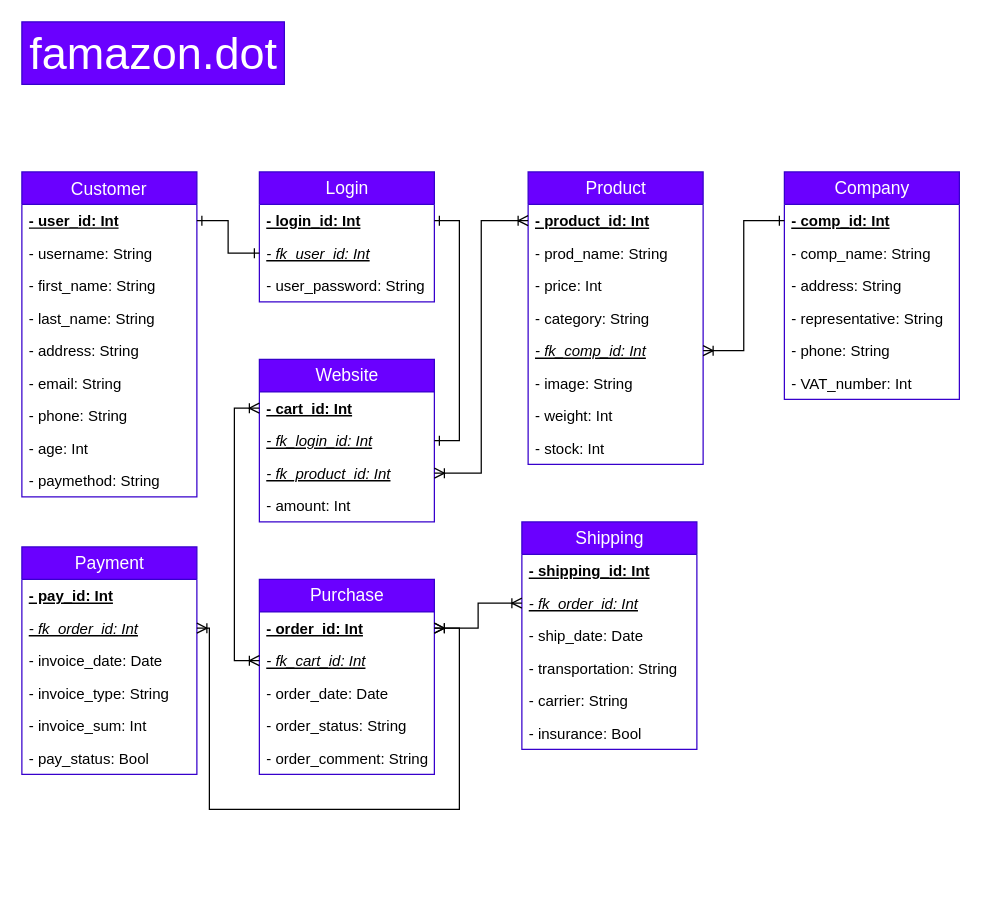
The draw.io diagram famazon_db_diagrams/step3_db_UML-diagram.drawio in Senimtra/CF-CodeReview-09, before the edit. Source tidied: cells renumbered, new cells numbered last; positions are measured from the earlier drawing's top-left corner, leaving out a move shared by most shapes. Both pictures are drawn from the tidied source at 125%, with x=0, y=0 at pixel (21, 21).
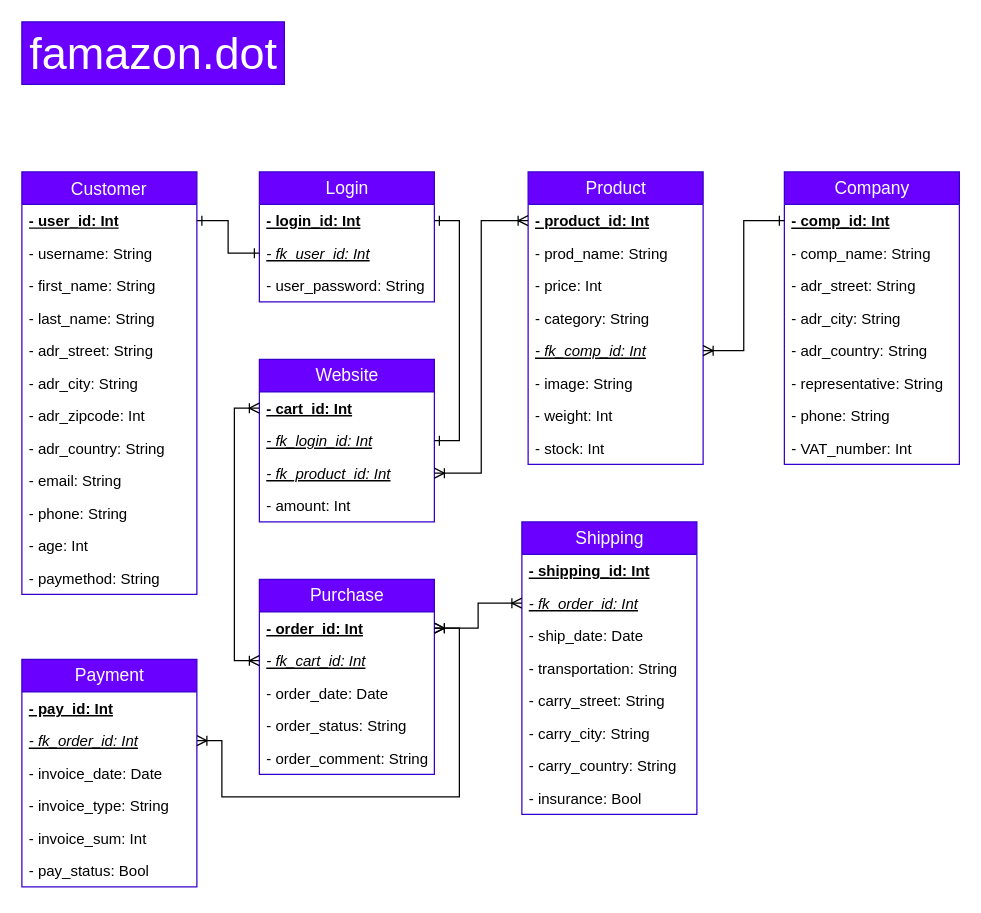
The same diagram, later.

Unchanged cells that the change refers to:
```xml
<mxCell id="43" value="- order_id: Int" style="text;strokeColor=none;fillColor=none;align=left;verticalAlign=top;spacingLeft=4;spacingRight=4;overflow=hidden;points=[[0,0.5],[1,0.5]];portConstraint=eastwest;fontStyle=5;" parent="42" vertex="1">
  <mxGeometry y="26" width="140" height="26" as="geometry" />
</mxCell>
<mxCell id="59" value="- fk_order_id: Int" style="text;strokeColor=none;fillColor=none;align=left;verticalAlign=top;spacingLeft=4;spacingRight=4;overflow=hidden;points=[[0,0.5],[1,0.5]];portConstraint=eastwest;fontStyle=6;" parent="57" vertex="1">
  <mxGeometry y="52" width="140" height="26" as="geometry" />
</mxCell>
```

Change to the diagram source:
```diff
@@
     <mxCell id="3" value="Customer" style="swimlane;fontStyle=0;horizontal=1;startSize=26;fillColor=#6a00ff;fontSize=14;strokeColor=#3700CC;fontColor=#ffffff;" parent="1" vertex="1">
-      <mxGeometry y="120" width="140" height="260" as="geometry" />
+      <mxGeometry y="120" width="140" height="338" as="geometry" />
     </mxCell>
@@
+    <mxCell id="65" value="- adr_street: String" style="text;strokeColor=none;fillColor=none;align=left;verticalAlign=top;spacingLeft=4;spacingRight=4;overflow=hidden;" parent="3" vertex="1">
+      <mxGeometry y="130" width="140" height="26" as="geometry" />
+    </mxCell>
+    <mxCell id="66" value="- adr_city: String" style="text;strokeColor=none;fillColor=none;align=left;verticalAlign=top;spacingLeft=4;spacingRight=4;overflow=hidden;" parent="3" vertex="1">
+      <mxGeometry y="156" width="140" height="26" as="geometry" />
+    </mxCell>
+    <mxCell id="67" value="- adr_zipcode: Int" style="text;strokeColor=none;fillColor=none;align=left;verticalAlign=top;spacingLeft=4;spacingRight=4;overflow=hidden;" parent="3" vertex="1">
+      <mxGeometry y="182" width="140" height="26" as="geometry" />
+    </mxCell>
-    <mxCell id="8" value="- address: String" style="text;strokeColor=none;fillColor=none;align=left;verticalAlign=top;spacingLeft=4;spacingRight=4;overflow=hidden;" parent="3" vertex="1">
-      <mxGeometry y="130" width="140" height="26" as="geometry" />
+    <mxCell id="8" value="- adr_country: String" style="text;strokeColor=none;fillColor=none;align=left;verticalAlign=top;spacingLeft=4;spacingRight=4;overflow=hidden;" parent="3" vertex="1">
+      <mxGeometry y="208" width="140" height="26" as="geometry" />
     </mxCell>
     <mxCell id="9" value="- email: String" style="text;strokeColor=none;fillColor=none;align=left;verticalAlign=top;spacingLeft=4;spacingRight=4;overflow=hidden;" parent="3" vertex="1">
-      <mxGeometry y="156" width="140" height="26" as="geometry" />
+      <mxGeometry y="234" width="140" height="26" as="geometry" />
     </mxCell>
     <mxCell id="10" value="- phone: String" style="text;strokeColor=none;fillColor=none;align=left;verticalAlign=top;spacingLeft=4;spacingRight=4;overflow=hidden;" parent="3" vertex="1">
-      <mxGeometry y="182" width="140" height="26" as="geometry" />
+      <mxGeometry y="260" width="140" height="26" as="geometry" />
     </mxCell>
     <mxCell id="11" value="- age: Int" style="text;strokeColor=none;fillColor=none;align=left;verticalAlign=top;spacingLeft=4;spacingRight=4;overflow=hidden;" parent="3" vertex="1">
-      <mxGeometry y="208" width="140" height="26" as="geometry" />
+      <mxGeometry y="286" width="140" height="26" as="geometry" />
     </mxCell>
     <mxCell id="12" value="- paymethod: String" style="text;strokeColor=none;fillColor=none;align=left;verticalAlign=top;spacingLeft=4;spacingRight=4;overflow=hidden;" parent="3" vertex="1">
-      <mxGeometry y="234" width="140" height="26" as="geometry" />
+      <mxGeometry y="312" width="140" height="26" as="geometry" />
     </mxCell>
@@
     <mxCell id="26" value="Company" style="swimlane;fontStyle=0;horizontal=1;startSize=26;fillColor=#6a00ff;strokeColor=#3700CC;fontSize=14;html=1;fontColor=#ffffff;" parent="1" vertex="1">
-      <mxGeometry x="610" y="120" width="140" height="182" as="geometry" />
+      <mxGeometry x="610" y="120" width="140" height="234" as="geometry" />
     </mxCell>
@@
-    <mxCell id="29" value="- address: String" style="text;strokeColor=none;fillColor=none;align=left;verticalAlign=top;spacingLeft=4;spacingRight=4;overflow=hidden;" parent="26" vertex="1">
+    <mxCell id="29" value="- adr_street: String" style="text;strokeColor=none;fillColor=none;align=left;verticalAlign=top;spacingLeft=4;spacingRight=4;overflow=hidden;" parent="26" vertex="1">
       <mxGeometry y="78" width="140" height="26" as="geometry" />
     </mxCell>
+    <mxCell id="68" value="- adr_city: String" style="text;strokeColor=none;fillColor=none;align=left;verticalAlign=top;spacingLeft=4;spacingRight=4;overflow=hidden;" parent="26" vertex="1">
+      <mxGeometry y="104" width="140" height="26" as="geometry" />
+    </mxCell>
+    <mxCell id="69" value="- adr_country: String" style="text;strokeColor=none;fillColor=none;align=left;verticalAlign=top;spacingLeft=4;spacingRight=4;overflow=hidden;" parent="26" vertex="1">
+      <mxGeometry y="130" width="140" height="26" as="geometry" />
+    </mxCell>
     <mxCell id="30" value="- representative: String" style="text;strokeColor=none;fillColor=none;align=left;verticalAlign=top;spacingLeft=4;spacingRight=4;overflow=hidden;" parent="26" vertex="1">
-      <mxGeometry y="104" width="140" height="26" as="geometry" />
+      <mxGeometry y="156" width="140" height="26" as="geometry" />
     </mxCell>
     <mxCell id="31" value="- phone: String" style="text;strokeColor=none;fillColor=none;align=left;verticalAlign=top;spacingLeft=4;spacingRight=4;overflow=hidden;" parent="26" vertex="1">
-      <mxGeometry y="130" width="140" height="26" as="geometry" />
+      <mxGeometry y="182" width="140" height="26" as="geometry" />
     </mxCell>
     <mxCell id="32" value="- VAT_number: Int" style="text;strokeColor=none;fillColor=none;align=left;verticalAlign=top;spacingLeft=4;spacingRight=4;overflow=hidden;" parent="26" vertex="1">
-      <mxGeometry y="156" width="140" height="26" as="geometry" />
+      <mxGeometry y="208" width="140" height="26" as="geometry" />
     </mxCell>
@@
     <mxCell id="49" value="Shipping" style="swimlane;fontStyle=0;horizontal=1;startSize=26;fillColor=#6a00ff;strokeColor=#3700CC;fontSize=14;html=1;fontColor=#ffffff;" parent="1" vertex="1">
-      <mxGeometry x="400" y="400" width="140" height="182" as="geometry" />
+      <mxGeometry x="400" y="400" width="140" height="234" as="geometry" />
     </mxCell>
@@
-    <mxCell id="54" value="- carrier: String" style="text;strokeColor=none;fillColor=none;align=left;verticalAlign=top;spacingLeft=4;spacingRight=4;overflow=hidden;" parent="49" vertex="1">
+    <mxCell id="54" value="- carry_street: String" style="text;strokeColor=none;fillColor=none;align=left;verticalAlign=top;spacingLeft=4;spacingRight=4;overflow=hidden;" parent="49" vertex="1">
       <mxGeometry y="130" width="140" height="26" as="geometry" />
     </mxCell>
+    <mxCell id="70" value="- carry_city: String" style="text;strokeColor=none;fillColor=none;align=left;verticalAlign=top;spacingLeft=4;spacingRight=4;overflow=hidden;" parent="49" vertex="1">
+      <mxGeometry y="156" width="140" height="26" as="geometry" />
+    </mxCell>
+    <mxCell id="71" value="- carry_country: String" style="text;strokeColor=none;fillColor=none;align=left;verticalAlign=top;spacingLeft=4;spacingRight=4;overflow=hidden;" parent="49" vertex="1">
+      <mxGeometry y="182" width="140" height="26" as="geometry" />
+    </mxCell>
     <mxCell id="55" value="- insurance: Bool" style="text;strokeColor=none;fillColor=none;align=left;verticalAlign=top;spacingLeft=4;spacingRight=4;overflow=hidden;" parent="49" vertex="1">
-      <mxGeometry y="156" width="140" height="26" as="geometry" />
+      <mxGeometry y="208" width="140" height="26" as="geometry" />
     </mxCell>
@@
     <mxCell id="57" value="Payment" style="swimlane;fontStyle=0;horizontal=1;startSize=26;fillColor=#6a00ff;strokeColor=#3700CC;fontSize=14;html=1;fontColor=#ffffff;" parent="1" vertex="1">
-      <mxGeometry y="420" width="140" height="182" as="geometry" />
+      <mxGeometry y="510" width="140" height="182" as="geometry" />
     </mxCell>
@@
-    <mxCell id="64" style="edgeStyle=orthogonalEdgeStyle;rounded=0;jettySize=auto;html=1;exitX=1;exitY=0.5;exitDx=0;exitDy=0;entryX=1;entryY=0.5;entryDx=0;entryDy=0;endArrow=ERoneToMany;endFill=0;startArrow=ERoneToMany;startFill=0;" parent="1" edge="1" source="59" target="43">
+    <mxCell id="64" style="edgeStyle=orthogonalEdgeStyle;rounded=0;jettySize=auto;html=1;entryX=1;entryY=0.5;entryDx=0;entryDy=0;endArrow=ERoneToMany;endFill=0;startArrow=ERoneToMany;startFill=0;exitX=1;exitY=0.5;exitDx=0;exitDy=0;" parent="1" edge="1" source="59" target="43">
       <mxGeometry relative="1" as="geometry">
         <Array as="points">
-          <mxPoint x="150" y="485" />
-          <mxPoint x="150" y="630" />
-          <mxPoint x="350" y="630" />
+          <mxPoint x="160" y="575" />
+          <mxPoint x="160" y="620" />
+          <mxPoint x="350" y="620" />
           <mxPoint x="350" y="485" />
         </Array>
       </mxGeometry>
     </mxCell>
```
